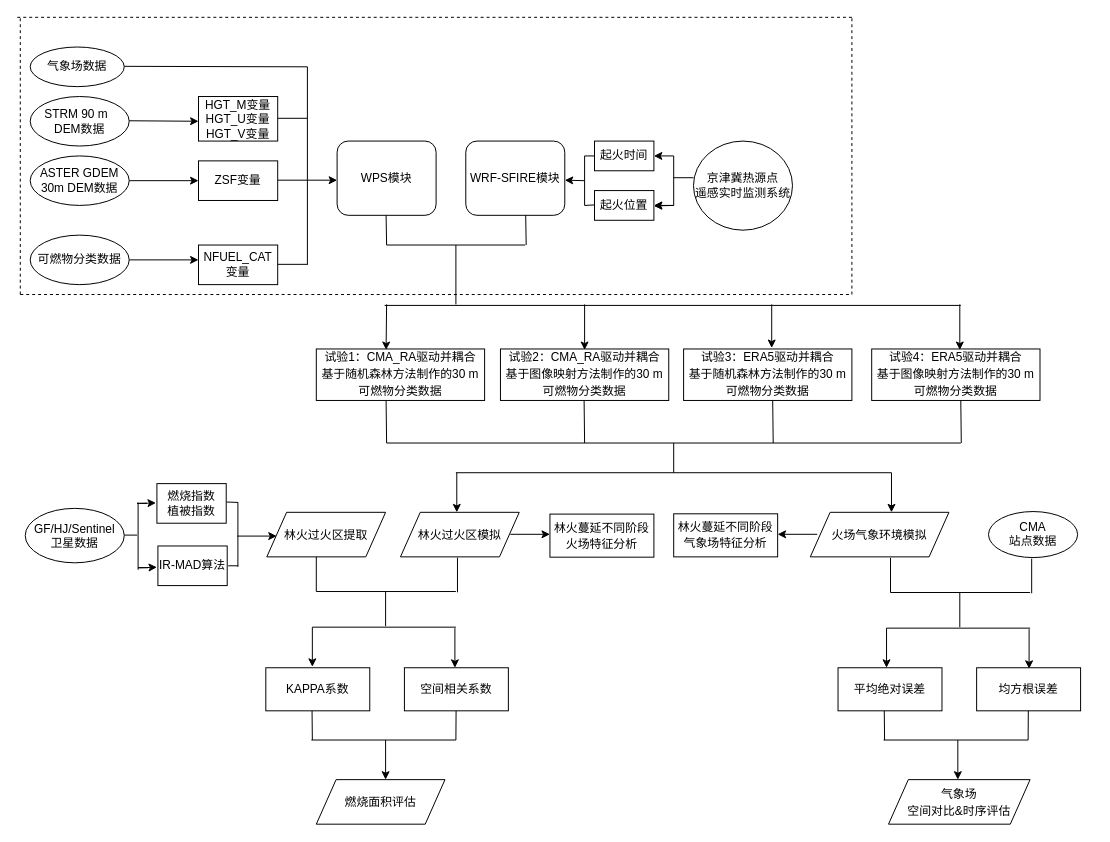
Before: 第三章技术路线图.drawio in gaohuanxin/WRF-SFIRE, a draw.io diagram. Source tidied: cells renumbered, new cells numbered last; positions are measured from the earlier drawing's top-left corner, leaving out a move shared by most shapes. Both pictures are drawn from the tidied source at 99%, with x=0, y=0 at pixel (17, 17).
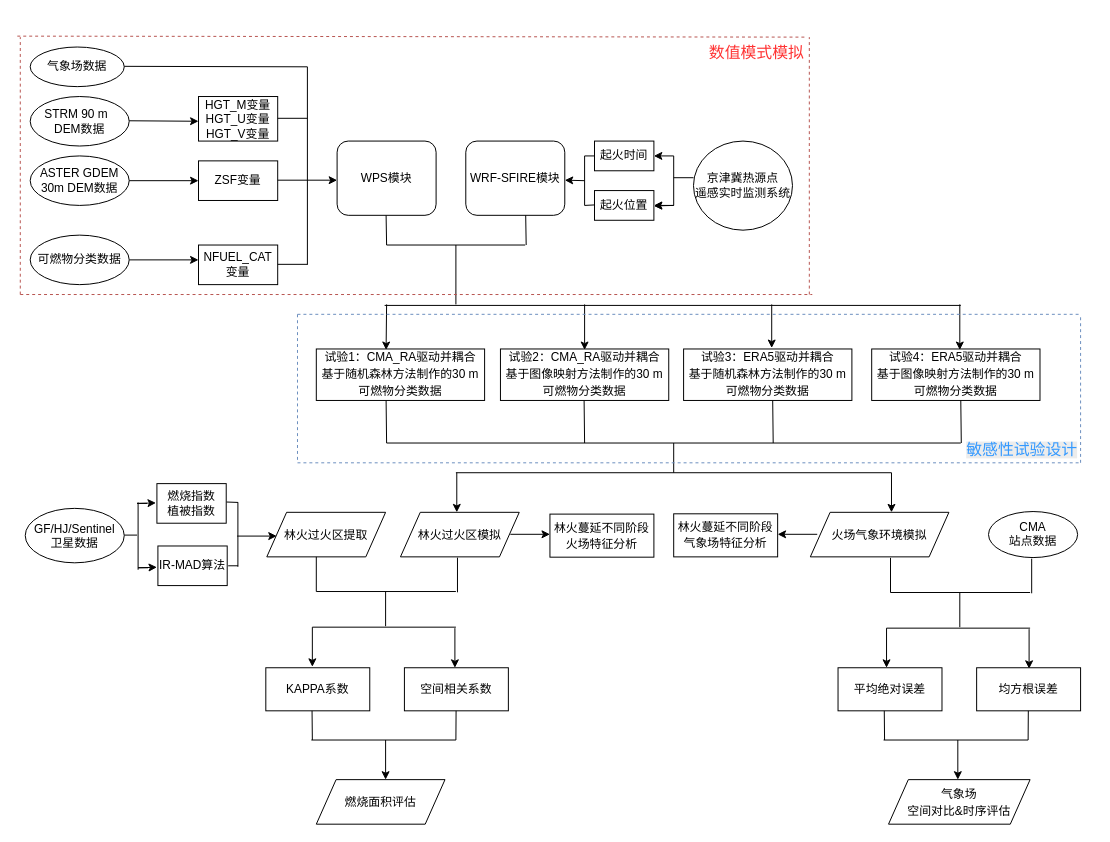
Above is the later version.

Commit message (it also covers changes not shown here):
更新第三章技术路线图.drawio

What changed in the source:
```diff
@@
-    <mxCell id="101" style="endArrow=none;dashed=1;html=1;rounded=0;" parent="1" edge="1">
+    <mxCell id="101" style="endArrow=none;dashed=1;html=1;rounded=0;fillColor=#f8cecc;strokeColor=#b85450;entryX=1;entryY=0;entryDx=0;entryDy=0;" parent="1" edge="1" target="105">
       <mxGeometry relative="1" as="geometry">
-        <mxPoint as="sourcePoint" />
-        <mxPoint x="845" as="targetPoint" />
+        <mxPoint y="19" as="sourcePoint" />
       </mxGeometry>
     </mxCell>
-    <mxCell id="102" style="endArrow=none;dashed=1;html=1;rounded=0;" parent="1" edge="1">
+    <mxCell id="102" style="endArrow=none;dashed=1;html=1;rounded=0;fillColor=#f8cecc;strokeColor=#b85450;" parent="1" edge="1">
       <mxGeometry relative="1" as="geometry">
         <mxPoint x="3" y="280" as="sourcePoint" />
-        <mxPoint x="843" y="280" as="targetPoint" />
+        <mxPoint x="803" y="280" as="targetPoint" />
       </mxGeometry>
     </mxCell>
-    <mxCell id="103" style="endArrow=none;dashed=1;html=1;rounded=0;" parent="1" edge="1">
+    <mxCell id="103" style="endArrow=none;dashed=1;html=1;rounded=0;fillColor=#f8cecc;strokeColor=#b85450;" parent="1" edge="1">
       <mxGeometry relative="1" as="geometry">
         <mxPoint x="3" y="280" as="sourcePoint" />
-        <mxPoint x="3" as="targetPoint" />
+        <mxPoint x="3" y="20" as="targetPoint" />
       </mxGeometry>
     </mxCell>
-    <mxCell id="104" style="endArrow=none;dashed=1;html=1;rounded=0;" parent="1" edge="1">
+    <mxCell id="104" style="endArrow=none;dashed=1;html=1;rounded=0;fillColor=#f8cecc;strokeColor=#b85450;" parent="1" edge="1">
       <mxGeometry relative="1" as="geometry">
-        <mxPoint x="843" y="280" as="sourcePoint" />
-        <mxPoint x="843" as="targetPoint" />
+        <mxPoint x="800" y="280" as="sourcePoint" />
+        <mxPoint x="800" y="20" as="targetPoint" />
       </mxGeometry>
     </mxCell>
+    <mxCell id="105" value="&lt;span style=&quot;color: rgb(255, 51, 51); font-size: 16px; text-align: center;&quot;&gt;数值模式模拟&lt;/span&gt;" style="text;whiteSpace=wrap;html=1;" parent="1" vertex="1">
+      <mxGeometry x="697" y="20" width="100" height="40" as="geometry" />
+    </mxCell>
+    <mxCell id="106" style="endArrow=none;dashed=1;html=1;rounded=0;fillColor=#dae8fc;strokeColor=#6c8ebf;" parent="1" edge="1">
+      <mxGeometry relative="1" as="geometry">
+        <mxPoint x="283" y="450" as="sourcePoint" />
+        <mxPoint x="1073" y="450" as="targetPoint" />
+      </mxGeometry>
+    </mxCell>
+    <mxCell id="107" style="endArrow=none;dashed=1;html=1;rounded=0;fillColor=#dae8fc;strokeColor=#6c8ebf;" parent="1" edge="1">
+      <mxGeometry relative="1" as="geometry">
+        <mxPoint x="283" y="300" as="sourcePoint" />
+        <mxPoint x="1073" y="300" as="targetPoint" />
+      </mxGeometry>
+    </mxCell>
+    <mxCell id="108" style="endArrow=none;dashed=1;html=1;rounded=0;fillColor=#dae8fc;strokeColor=#6c8ebf;" parent="1" edge="1">
+      <mxGeometry relative="1" as="geometry">
+        <mxPoint x="1074" y="450" as="sourcePoint" />
+        <mxPoint x="1074" y="300" as="targetPoint" />
+      </mxGeometry>
+    </mxCell>
+    <mxCell id="109" style="endArrow=none;dashed=1;html=1;rounded=0;fillColor=#dae8fc;strokeColor=#6c8ebf;" parent="1" edge="1">
+      <mxGeometry relative="1" as="geometry">
+        <mxPoint x="283" y="447" as="sourcePoint" />
+        <mxPoint x="283" y="297" as="targetPoint" />
+      </mxGeometry>
+    </mxCell>
+    <mxCell id="110" value="&lt;span style=&quot;font-family: Helvetica; font-size: 16px; font-style: normal; font-variant-ligatures: normal; font-variant-caps: normal; font-weight: 400; letter-spacing: normal; orphans: 2; text-align: center; text-indent: 0px; text-transform: none; widows: 2; word-spacing: 0px; -webkit-text-stroke-width: 0px; white-space: normal; background-color: rgb(236, 236, 236); text-decoration-thickness: initial; text-decoration-style: initial; text-decoration-color: initial; float: none; display: inline !important;&quot;&gt;&lt;font style=&quot;color: rgb(51, 153, 255);&quot;&gt;敏感性试验设计&lt;/font&gt;&lt;/span&gt;" style="text;whiteSpace=wrap;html=1;" parent="1" vertex="1">
+      <mxGeometry x="956.5" y="421" width="130" height="40" as="geometry" />
+    </mxCell>
```
